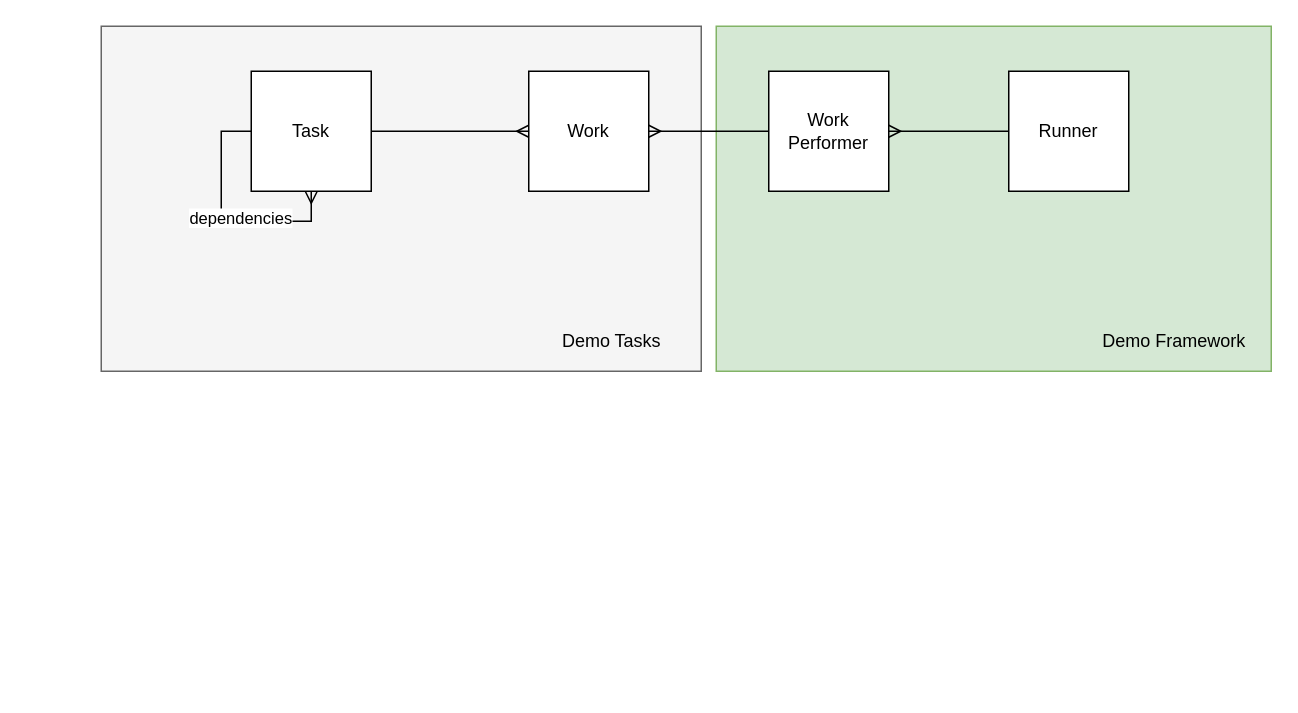
The draw.io diagram page "demo framework" (3 of 3) of Untitled Diagram.drawio in DogaCUlupinar/Compiler, before the edit. Source tidied: cells renumbered, new cells numbered last; positions are measured from the earlier drawing's top-left corner, leaving out a move shared by most shapes. Both pictures are drawn from the tidied source at 150%, with x=0, y=0 at pixel (100, 26).
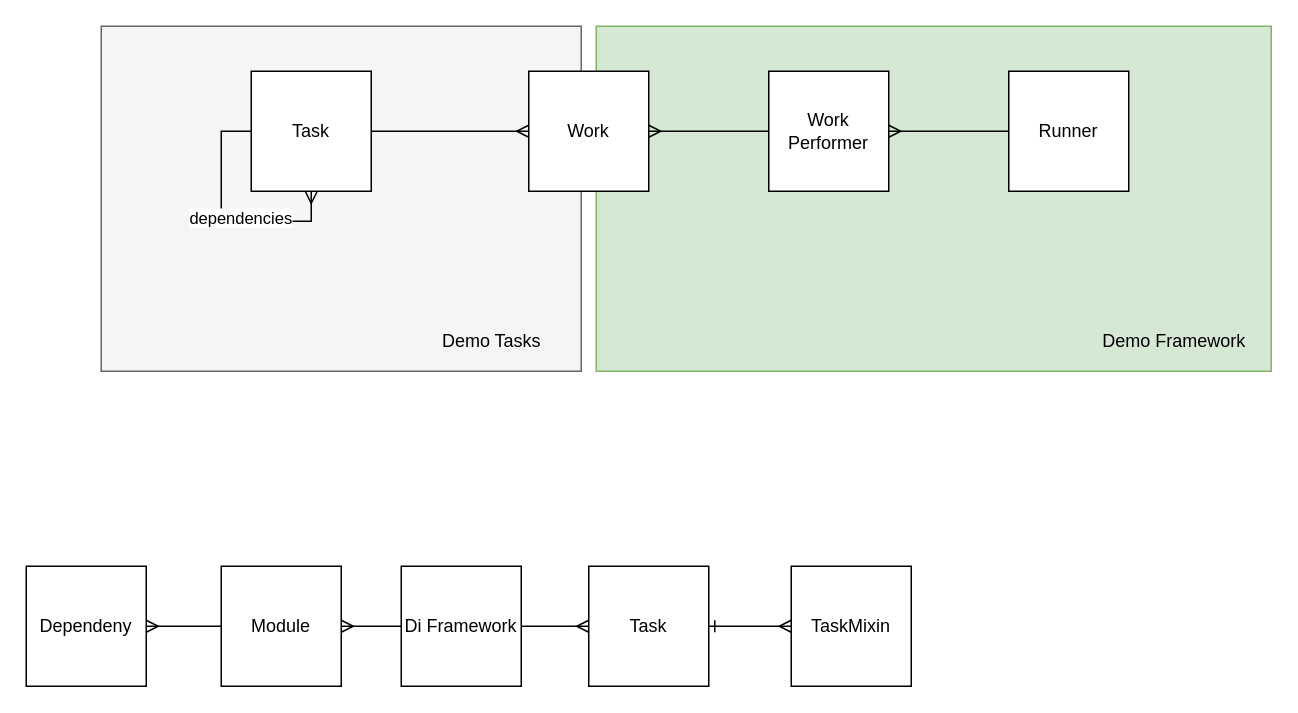
The same diagram, later.

Change to the diagram source:
```diff
@@
     <mxCell id="2" style="rounded=0;whiteSpace=wrap;html=1;fillColor=#d5e8d4;strokeColor=#82b366;" parent="1" vertex="1">
-      <mxGeometry x="410" width="370" height="230" as="geometry" />
+      <mxGeometry x="330" width="450" height="230" as="geometry" />
     </mxCell>
     <mxCell id="3" style="rounded=0;whiteSpace=wrap;html=1;fillColor=#f5f5f5;fontColor=#333333;strokeColor=#666666;" parent="1" vertex="1">
-      <mxGeometry width="400" height="230" as="geometry" />
+      <mxGeometry width="320" height="230" as="geometry" />
     </mxCell>
@@
     <mxCell id="12" value="Demo Tasks" style="text;html=1;align=center;verticalAlign=middle;strokeColor=none;fillColor=none;" parent="1" vertex="1">
-      <mxGeometry x="300" y="200" width="80" height="20" as="geometry" />
+      <mxGeometry x="220" y="200" width="80" height="20" as="geometry" />
     </mxCell>
@@
+    <mxCell id="15" style="edgeStyle=orthogonalEdgeStyle;rounded=0;jettySize=auto;html=1;exitX=0;exitY=0.5;exitDx=0;exitDy=0;entryX=1;entryY=0.5;entryDx=0;entryDy=0;startArrow=ERmany;startFill=0;endArrow=none;endFill=0;" parent="1" edge="1" source="17" target="18">
+      <mxGeometry relative="1" as="geometry" />
+    </mxCell>
+    <mxCell id="16" style="edgeStyle=orthogonalEdgeStyle;rounded=0;jettySize=auto;html=1;startArrow=ERone;startFill=0;endArrow=ERmany;endFill=0;" parent="1" edge="1" source="17" target="23">
+      <mxGeometry relative="1" as="geometry" />
+    </mxCell>
+    <mxCell id="17" value="Task" style="whiteSpace=wrap;html=1;" parent="1" vertex="1">
+      <mxGeometry x="325" y="360" width="80" height="80" as="geometry" />
+    </mxCell>
+    <mxCell id="18" value="Di Framework" style="whiteSpace=wrap;html=1;" parent="1" vertex="1">
+      <mxGeometry x="200" y="360" width="80" height="80" as="geometry" />
+    </mxCell>
+    <mxCell id="19" style="edgeStyle=orthogonalEdgeStyle;rounded=0;jettySize=auto;html=1;exitX=1;exitY=0.5;exitDx=0;exitDy=0;entryX=0;entryY=0.5;entryDx=0;entryDy=0;startArrow=ERmany;startFill=0;endArrow=none;endFill=0;" parent="1" edge="1" source="20" target="18">
+      <mxGeometry relative="1" as="geometry" />
+    </mxCell>
+    <mxCell id="20" value="Module" style="whiteSpace=wrap;html=1;" parent="1" vertex="1">
+      <mxGeometry x="80" y="360" width="80" height="80" as="geometry" />
+    </mxCell>
+    <mxCell id="21" style="edgeStyle=orthogonalEdgeStyle;rounded=0;jettySize=auto;html=1;exitX=1;exitY=0.5;exitDx=0;exitDy=0;entryX=0;entryY=0.5;entryDx=0;entryDy=0;startArrow=ERmany;startFill=0;endArrow=none;endFill=0;" parent="1" edge="1" source="22" target="20">
+      <mxGeometry relative="1" as="geometry" />
+    </mxCell>
+    <mxCell id="22" value="Dependeny" style="whiteSpace=wrap;html=1;" parent="1" vertex="1">
+      <mxGeometry x="-50" y="360" width="80" height="80" as="geometry" />
+    </mxCell>
+    <mxCell id="23" value="TaskMixin" style="whiteSpace=wrap;html=1;" parent="1" vertex="1">
+      <mxGeometry x="460" y="360" width="80" height="80" as="geometry" />
+    </mxCell>
```
